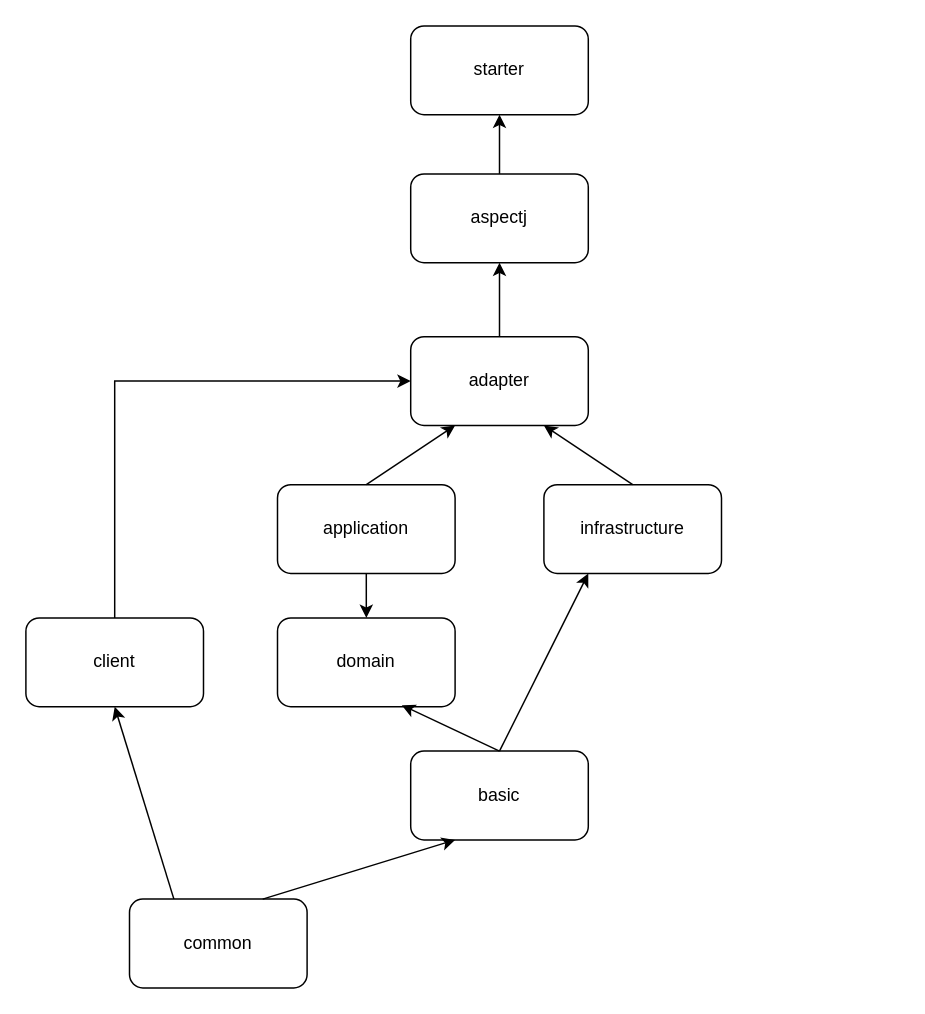
This is page "Page-1" (1 of 2) of dependency-relation.drawio from chuanghou/milky, a draw.io file, before an edit. Source tidied: cells renumbered, new cells numbered last; positions are measured from the earlier drawing's top-left corner, leaving out a move shared by most shapes. Both pictures are drawn from the tidied source at 148%, with x=0, y=0 at pixel (25, 25).
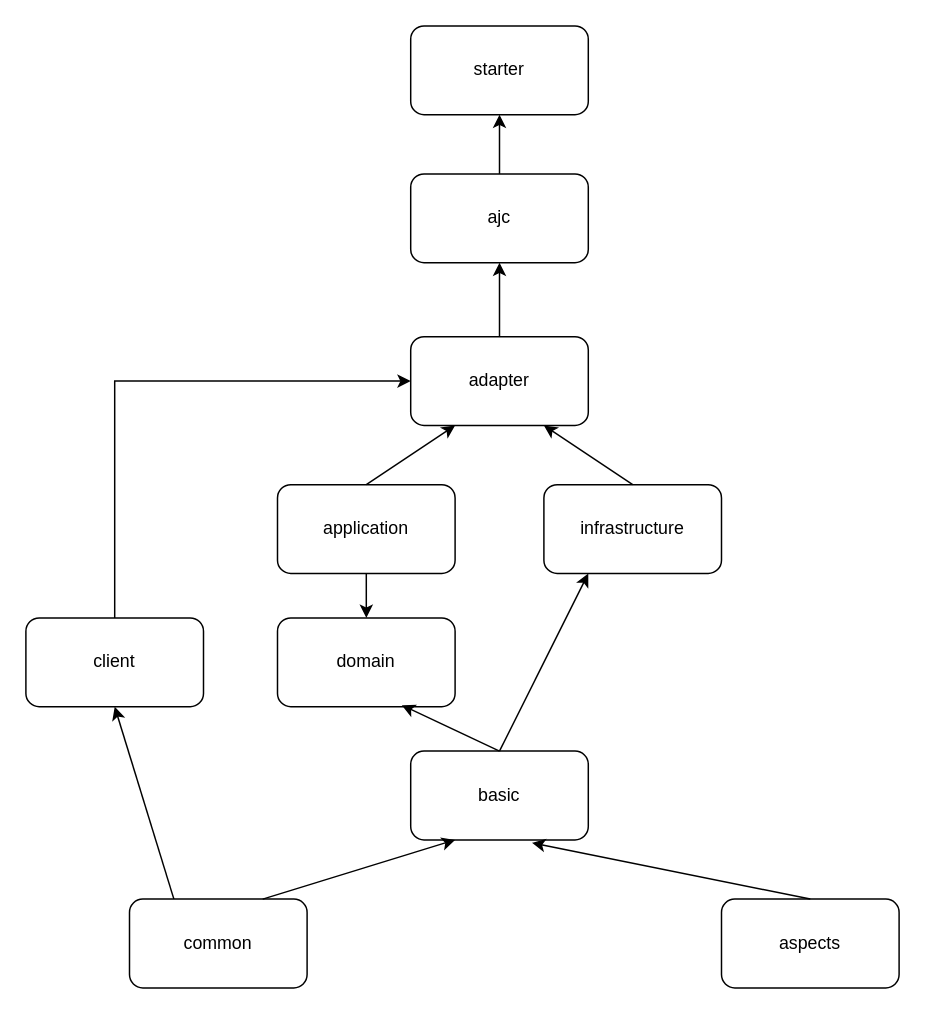
After the change.

Unchanged cells that the change refers to:
```xml
<mxCell id="9" value="basic" style="rounded=1;whiteSpace=wrap;html=1;" parent="1" vertex="1">
  <mxGeometry x="260" y="490" width="120" height="60" as="geometry" />
</mxCell>
```

Change to the diagram source:
```diff
@@
-    <mxCell id="18" value="aspectj" style="rounded=1;whiteSpace=wrap;html=1;" parent="1" vertex="1">
+    <mxCell id="18" value="ajc" style="rounded=1;whiteSpace=wrap;html=1;" parent="1" vertex="1">
       <mxGeometry x="260" y="100" width="120" height="60" as="geometry" />
     </mxCell>
@@
+    <mxCell id="21" value="aspects" style="rounded=1;whiteSpace=wrap;html=1;" parent="1" vertex="1">
+      <mxGeometry x="470" y="590" width="120" height="60" as="geometry" />
+    </mxCell>
+    <mxCell id="22" style="endArrow=classic;html=1;rounded=0;entryX=0.683;entryY=1.033;entryDx=0;entryDy=0;exitX=0.5;exitY=0;exitDx=0;exitDy=0;entryPerimeter=0;" parent="1" edge="1" source="21" target="9">
+      <mxGeometry relative="1" as="geometry" />
+    </mxCell>
```
